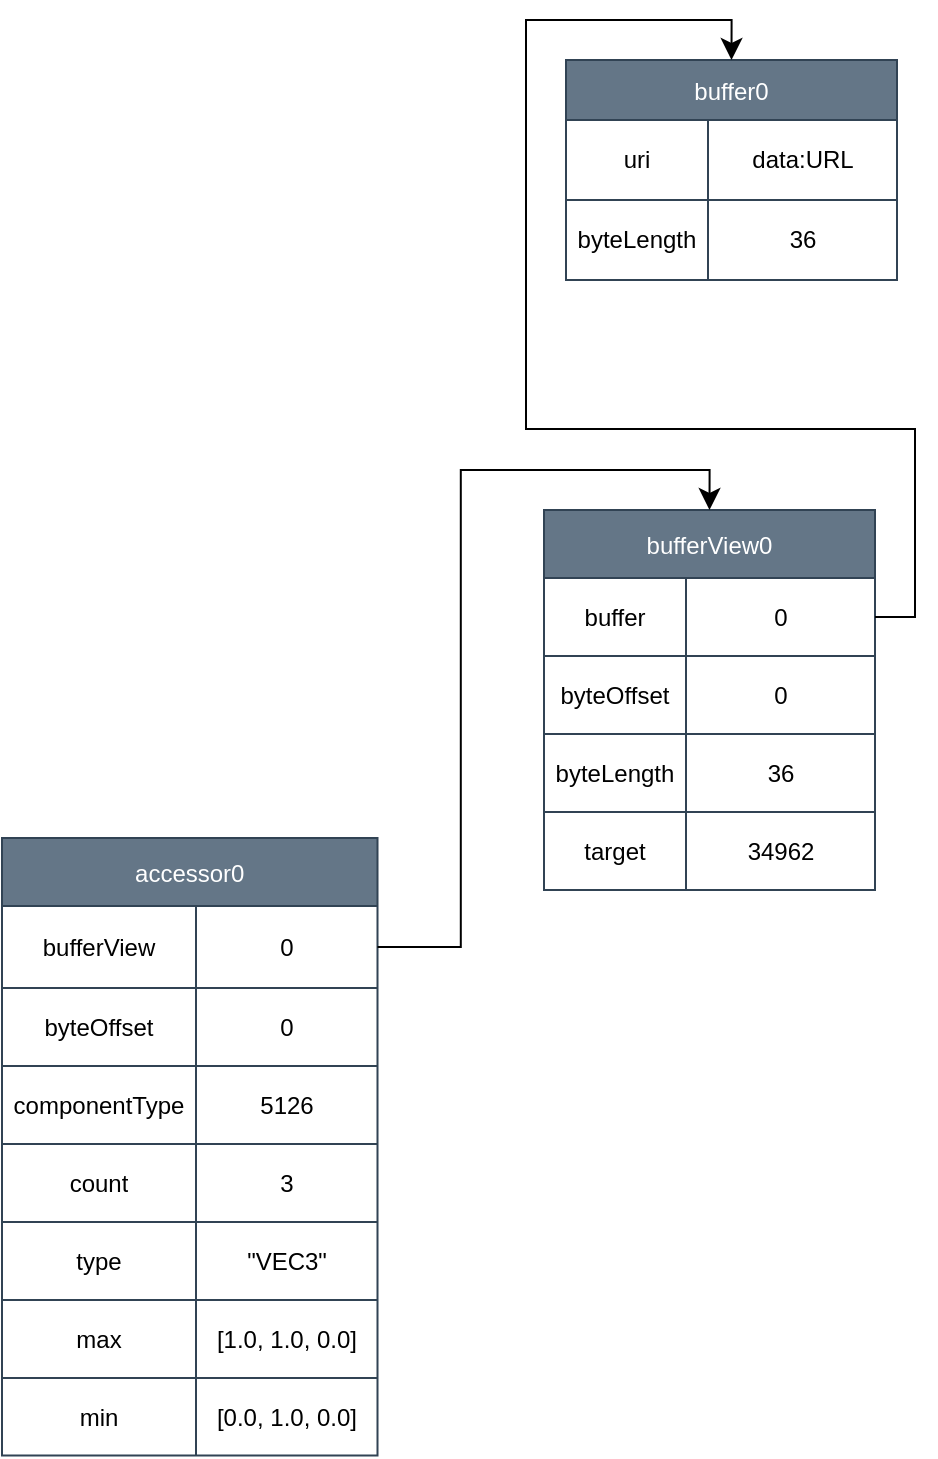
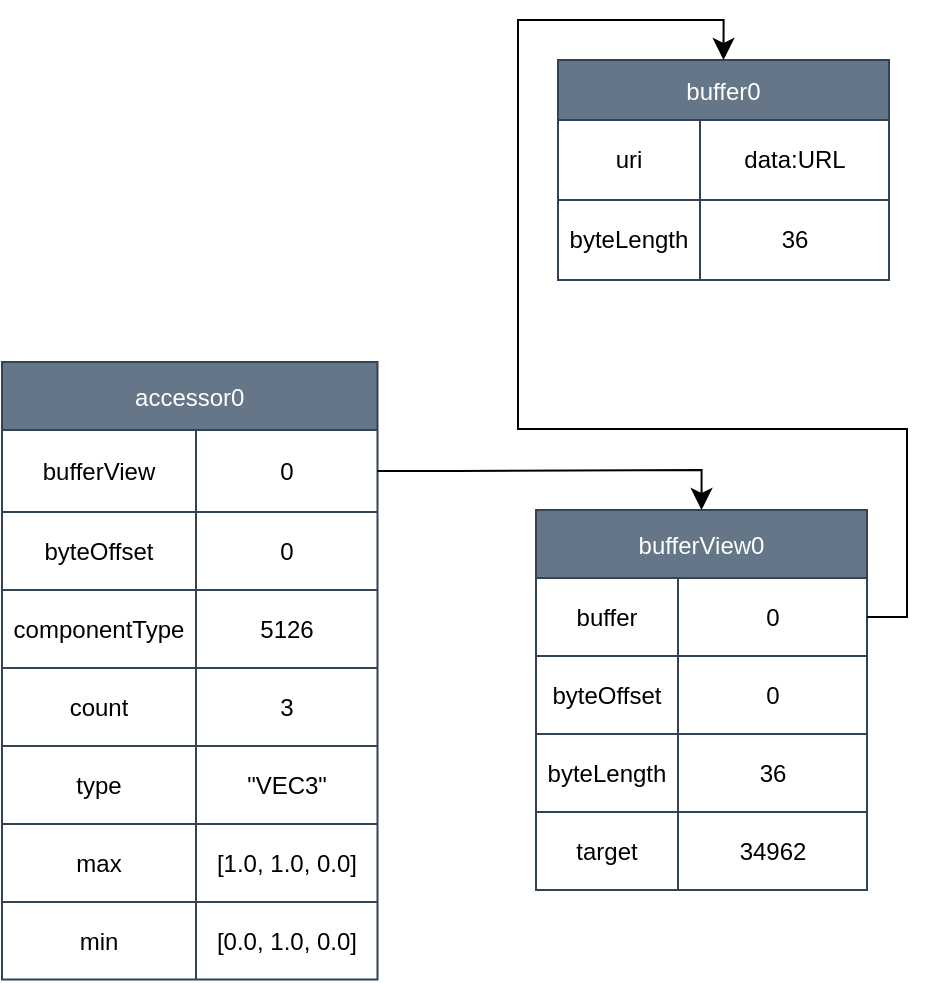
<mxfile host="app.diagrams.net">
  <diagram id="BZvedy4mBk2RI_J5c_5u" name="第 1 页">
    <mxGraphModel dx="1212" dy="1356" grid="0" gridSize="10" guides="1" tooltips="1" connect="1" arrows="1" fold="1" page="0" pageScale="1" pageWidth="827" pageHeight="1169" math="0" shadow="0">
      <root>
        <mxCell id="0" />
        <mxCell id="1" parent="0" />
        <mxCell id="-Ds3_SINnqwqFCvs20sv-1" parent="1" style="shape=table;startSize=30;container=1;collapsible=0;childLayout=tableLayout;fixedHeader=1;fillColor=#647687;fontColor=#ffffff;strokeColor=#314354;" value="buffer0" vertex="1">
          <mxGeometry height="110" width="165.5" x="-1" y="-129" as="geometry" />
        </mxCell>
        <mxCell id="-Ds3_SINnqwqFCvs20sv-2" parent="-Ds3_SINnqwqFCvs20sv-1" style="shape=tableRow;horizontal=0;startSize=0;swimlaneHead=0;swimlaneBody=0;strokeColor=inherit;top=0;left=0;bottom=0;right=0;collapsible=0;dropTarget=0;fillColor=none;points=[[0,0.5],[1,0.5]];portConstraint=eastwest;fixedHeader=1;" value="" vertex="1">
          <mxGeometry height="40" width="165.5" y="30" as="geometry" />
        </mxCell>
        <mxCell id="-Ds3_SINnqwqFCvs20sv-3" parent="-Ds3_SINnqwqFCvs20sv-2" style="shape=partialRectangle;html=1;whiteSpace=wrap;connectable=0;strokeColor=inherit;overflow=hidden;fillColor=none;top=0;left=0;bottom=0;right=0;pointerEvents=1;align=center;" value="uri" vertex="1">
          <mxGeometry height="40" width="71" as="geometry">
            <mxRectangle height="40" width="71" as="alternateBounds" />
          </mxGeometry>
        </mxCell>
        <mxCell id="-Ds3_SINnqwqFCvs20sv-4" parent="-Ds3_SINnqwqFCvs20sv-2" style="shape=partialRectangle;html=1;whiteSpace=wrap;connectable=0;strokeColor=inherit;overflow=hidden;fillColor=none;top=0;left=0;bottom=0;right=0;pointerEvents=1;" value="data:URL" vertex="1">
          <mxGeometry height="40" width="95" x="71" as="geometry">
            <mxRectangle height="40" width="95" as="alternateBounds" />
          </mxGeometry>
        </mxCell>
        <mxCell id="-Ds3_SINnqwqFCvs20sv-5" parent="-Ds3_SINnqwqFCvs20sv-1" style="shape=tableRow;horizontal=0;startSize=0;swimlaneHead=0;swimlaneBody=0;strokeColor=inherit;top=0;left=0;bottom=0;right=0;collapsible=0;dropTarget=0;fillColor=none;points=[[0,0.5],[1,0.5]];portConstraint=eastwest;fixedHeader=1;" value="" vertex="1">
          <mxGeometry height="40" width="165.5" y="70" as="geometry" />
        </mxCell>
        <mxCell id="-Ds3_SINnqwqFCvs20sv-6" parent="-Ds3_SINnqwqFCvs20sv-5" style="shape=partialRectangle;html=1;whiteSpace=wrap;connectable=0;strokeColor=inherit;overflow=hidden;fillColor=none;top=0;left=0;bottom=0;right=0;pointerEvents=1;align=center;" value="byteLength" vertex="1">
          <mxGeometry height="40" width="71" as="geometry">
            <mxRectangle height="40" width="71" as="alternateBounds" />
          </mxGeometry>
        </mxCell>
        <mxCell id="-Ds3_SINnqwqFCvs20sv-7" parent="-Ds3_SINnqwqFCvs20sv-5" style="shape=partialRectangle;html=1;whiteSpace=wrap;connectable=0;strokeColor=inherit;overflow=hidden;fillColor=none;top=0;left=0;bottom=0;right=0;pointerEvents=1;" value="36" vertex="1">
          <mxGeometry height="40" width="95" x="71" as="geometry">
            <mxRectangle height="40" width="95" as="alternateBounds" />
          </mxGeometry>
        </mxCell>
        <mxCell id="IMBELnrVSliVJA-H-ImH-1" parent="1" style="shape=table;startSize=34;container=1;collapsible=0;childLayout=tableLayout;fixedHeader=1;fillColor=#647687;fontColor=#ffffff;strokeColor=#314354;" value="bufferView0" vertex="1">
          <mxGeometry height="190" width="165.5" x="-12" y="96" as="geometry" />
        </mxCell>
        <mxCell id="IMBELnrVSliVJA-H-ImH-2" parent="IMBELnrVSliVJA-H-ImH-1" style="shape=tableRow;horizontal=0;startSize=0;swimlaneHead=0;swimlaneBody=0;strokeColor=inherit;top=0;left=0;bottom=0;right=0;collapsible=0;dropTarget=0;fillColor=none;points=[[0,0.5],[1,0.5]];portConstraint=eastwest;fixedHeader=1;" value="" vertex="1">
          <mxGeometry height="39" width="165.5" y="34" as="geometry" />
        </mxCell>
        <mxCell id="IMBELnrVSliVJA-H-ImH-3" parent="IMBELnrVSliVJA-H-ImH-2" style="shape=partialRectangle;html=1;whiteSpace=wrap;connectable=0;strokeColor=inherit;overflow=hidden;fillColor=none;top=0;left=0;bottom=0;right=0;pointerEvents=1;align=center;" value="buffer" vertex="1">
          <mxGeometry height="39" width="71" as="geometry">
            <mxRectangle height="39" width="71" as="alternateBounds" />
          </mxGeometry>
        </mxCell>
        <mxCell id="IMBELnrVSliVJA-H-ImH-4" parent="IMBELnrVSliVJA-H-ImH-2" style="shape=partialRectangle;html=1;whiteSpace=wrap;connectable=0;strokeColor=inherit;overflow=hidden;fillColor=none;top=0;left=0;bottom=0;right=0;pointerEvents=1;" value="0" vertex="1">
          <mxGeometry height="39" width="95" x="71" as="geometry">
            <mxRectangle height="39" width="95" as="alternateBounds" />
          </mxGeometry>
        </mxCell>
        <mxCell id="IMBELnrVSliVJA-H-ImH-5" parent="IMBELnrVSliVJA-H-ImH-1" style="shape=tableRow;horizontal=0;startSize=0;swimlaneHead=0;swimlaneBody=0;strokeColor=inherit;top=0;left=0;bottom=0;right=0;collapsible=0;dropTarget=0;fillColor=none;points=[[0,0.5],[1,0.5]];portConstraint=eastwest;fixedHeader=1;" value="" vertex="1">
          <mxGeometry height="39" width="165.5" y="73" as="geometry" />
        </mxCell>
        <mxCell id="IMBELnrVSliVJA-H-ImH-6" parent="IMBELnrVSliVJA-H-ImH-5" style="shape=partialRectangle;html=1;whiteSpace=wrap;connectable=0;strokeColor=inherit;overflow=hidden;fillColor=none;top=0;left=0;bottom=0;right=0;pointerEvents=1;align=center;" value="byteOffset" vertex="1">
          <mxGeometry height="39" width="71" as="geometry">
            <mxRectangle height="39" width="71" as="alternateBounds" />
          </mxGeometry>
        </mxCell>
        <mxCell id="IMBELnrVSliVJA-H-ImH-7" parent="IMBELnrVSliVJA-H-ImH-5" style="shape=partialRectangle;html=1;whiteSpace=wrap;connectable=0;strokeColor=inherit;overflow=hidden;fillColor=none;top=0;left=0;bottom=0;right=0;pointerEvents=1;" value="0" vertex="1">
          <mxGeometry height="39" width="95" x="71" as="geometry">
            <mxRectangle height="39" width="95" as="alternateBounds" />
          </mxGeometry>
        </mxCell>
        <mxCell id="IMBELnrVSliVJA-H-ImH-8" parent="IMBELnrVSliVJA-H-ImH-1" style="shape=tableRow;horizontal=0;startSize=0;swimlaneHead=0;swimlaneBody=0;strokeColor=inherit;top=0;left=0;bottom=0;right=0;collapsible=0;dropTarget=0;fillColor=none;points=[[0,0.5],[1,0.5]];portConstraint=eastwest;fixedHeader=1;" vertex="1">
          <mxGeometry height="39" width="165.5" y="112" as="geometry" />
        </mxCell>
        <mxCell id="IMBELnrVSliVJA-H-ImH-9" parent="IMBELnrVSliVJA-H-ImH-8" style="shape=partialRectangle;html=1;whiteSpace=wrap;connectable=0;strokeColor=inherit;overflow=hidden;fillColor=none;top=0;left=0;bottom=0;right=0;pointerEvents=1;align=center;" value="byteLength" vertex="1">
          <mxGeometry height="39" width="71" as="geometry">
            <mxRectangle height="39" width="71" as="alternateBounds" />
          </mxGeometry>
        </mxCell>
        <mxCell id="IMBELnrVSliVJA-H-ImH-10" parent="IMBELnrVSliVJA-H-ImH-8" style="shape=partialRectangle;html=1;whiteSpace=wrap;connectable=0;strokeColor=inherit;overflow=hidden;fillColor=none;top=0;left=0;bottom=0;right=0;pointerEvents=1;" value="36" vertex="1">
          <mxGeometry height="39" width="95" x="71" as="geometry">
            <mxRectangle height="39" width="95" as="alternateBounds" />
          </mxGeometry>
        </mxCell>
        <mxCell id="IMBELnrVSliVJA-H-ImH-11" parent="IMBELnrVSliVJA-H-ImH-1" style="shape=tableRow;horizontal=0;startSize=0;swimlaneHead=0;swimlaneBody=0;strokeColor=inherit;top=0;left=0;bottom=0;right=0;collapsible=0;dropTarget=0;fillColor=none;points=[[0,0.5],[1,0.5]];portConstraint=eastwest;fixedHeader=1;" vertex="1">
          <mxGeometry height="39" width="165.5" y="151" as="geometry" />
        </mxCell>
        <mxCell id="IMBELnrVSliVJA-H-ImH-12" parent="IMBELnrVSliVJA-H-ImH-11" style="shape=partialRectangle;html=1;whiteSpace=wrap;connectable=0;strokeColor=inherit;overflow=hidden;fillColor=none;top=0;left=0;bottom=0;right=0;pointerEvents=1;align=center;" value="target" vertex="1">
          <mxGeometry height="39" width="71" as="geometry">
            <mxRectangle height="39" width="71" as="alternateBounds" />
          </mxGeometry>
        </mxCell>
        <mxCell id="IMBELnrVSliVJA-H-ImH-13" parent="IMBELnrVSliVJA-H-ImH-11" style="shape=partialRectangle;html=1;whiteSpace=wrap;connectable=0;strokeColor=inherit;overflow=hidden;fillColor=none;top=0;left=0;bottom=0;right=0;pointerEvents=1;" value="34962" vertex="1">
          <mxGeometry height="39" width="95" x="71" as="geometry">
            <mxRectangle height="39" width="95" as="alternateBounds" />
          </mxGeometry>
        </mxCell>
        <mxCell id="IMBELnrVSliVJA-H-ImH-15" edge="1" parent="1" source="IMBELnrVSliVJA-H-ImH-2" style="edgeStyle=orthogonalEdgeStyle;rounded=0;orthogonalLoop=1;jettySize=auto;html=1;fontSize=12;startSize=8;endSize=8;exitX=1;exitY=0.5;exitDx=0;exitDy=0;entryX=0.5;entryY=0;entryDx=0;entryDy=0;" target="-Ds3_SINnqwqFCvs20sv-1">
          <mxGeometry relative="1" as="geometry" />
        </mxCell>
        <mxCell id="IMBELnrVSliVJA-H-ImH-16" parent="1" style="shape=table;startSize=34;container=1;collapsible=0;childLayout=tableLayout;fixedHeader=1;fillColor=#647687;fontColor=#ffffff;strokeColor=#314354;" value="accessor0" vertex="1">
-           <mxGeometry height="308.75" width="187.75" x="-283" y="260" as="geometry" />
+           <mxGeometry height="308.75" width="187.75" x="-279" y="22" as="geometry" />
        </mxCell>
        <mxCell id="IMBELnrVSliVJA-H-ImH-17" parent="IMBELnrVSliVJA-H-ImH-16" style="shape=tableRow;horizontal=0;startSize=0;swimlaneHead=0;swimlaneBody=0;strokeColor=inherit;top=0;left=0;bottom=0;right=0;collapsible=0;dropTarget=0;fillColor=none;points=[[0,0.5],[1,0.5]];portConstraint=eastwest;fixedHeader=1;" value="" vertex="1">
          <mxGeometry height="41" width="187.75" y="34" as="geometry" />
        </mxCell>
        <mxCell id="IMBELnrVSliVJA-H-ImH-18" parent="IMBELnrVSliVJA-H-ImH-17" style="shape=partialRectangle;html=1;whiteSpace=wrap;connectable=0;strokeColor=inherit;overflow=hidden;fillColor=none;top=0;left=0;bottom=0;right=0;pointerEvents=1;align=center;" value="bufferView" vertex="1">
          <mxGeometry height="41" width="97" as="geometry">
            <mxRectangle height="41" width="97" as="alternateBounds" />
          </mxGeometry>
        </mxCell>
        <mxCell id="IMBELnrVSliVJA-H-ImH-19" parent="IMBELnrVSliVJA-H-ImH-17" style="shape=partialRectangle;html=1;whiteSpace=wrap;connectable=0;strokeColor=inherit;overflow=hidden;fillColor=none;top=0;left=0;bottom=0;right=0;pointerEvents=1;" value="0" vertex="1">
          <mxGeometry height="41" width="91" x="97" as="geometry">
            <mxRectangle height="41" width="91" as="alternateBounds" />
          </mxGeometry>
        </mxCell>
        <mxCell id="IMBELnrVSliVJA-H-ImH-20" parent="IMBELnrVSliVJA-H-ImH-16" style="shape=tableRow;horizontal=0;startSize=0;swimlaneHead=0;swimlaneBody=0;strokeColor=inherit;top=0;left=0;bottom=0;right=0;collapsible=0;dropTarget=0;fillColor=none;points=[[0,0.5],[1,0.5]];portConstraint=eastwest;fixedHeader=1;" value="" vertex="1">
          <mxGeometry height="39" width="187.75" y="75" as="geometry" />
        </mxCell>
        <mxCell id="IMBELnrVSliVJA-H-ImH-21" parent="IMBELnrVSliVJA-H-ImH-20" style="shape=partialRectangle;html=1;whiteSpace=wrap;connectable=0;strokeColor=inherit;overflow=hidden;fillColor=none;top=0;left=0;bottom=0;right=0;pointerEvents=1;align=center;" value="byteOffset" vertex="1">
          <mxGeometry height="39" width="97" as="geometry">
            <mxRectangle height="39" width="97" as="alternateBounds" />
          </mxGeometry>
        </mxCell>
        <mxCell id="IMBELnrVSliVJA-H-ImH-22" parent="IMBELnrVSliVJA-H-ImH-20" style="shape=partialRectangle;html=1;whiteSpace=wrap;connectable=0;strokeColor=inherit;overflow=hidden;fillColor=none;top=0;left=0;bottom=0;right=0;pointerEvents=1;" value="0" vertex="1">
          <mxGeometry height="39" width="91" x="97" as="geometry">
            <mxRectangle height="39" width="91" as="alternateBounds" />
          </mxGeometry>
        </mxCell>
        <mxCell id="IMBELnrVSliVJA-H-ImH-23" parent="IMBELnrVSliVJA-H-ImH-16" style="shape=tableRow;horizontal=0;startSize=0;swimlaneHead=0;swimlaneBody=0;strokeColor=inherit;top=0;left=0;bottom=0;right=0;collapsible=0;dropTarget=0;fillColor=none;points=[[0,0.5],[1,0.5]];portConstraint=eastwest;fixedHeader=1;" vertex="1">
          <mxGeometry height="39" width="187.75" y="114" as="geometry" />
        </mxCell>
        <mxCell id="IMBELnrVSliVJA-H-ImH-24" parent="IMBELnrVSliVJA-H-ImH-23" style="shape=partialRectangle;html=1;whiteSpace=wrap;connectable=0;strokeColor=inherit;overflow=hidden;fillColor=none;top=0;left=0;bottom=0;right=0;pointerEvents=1;align=center;" value="componentType" vertex="1">
          <mxGeometry height="39" width="97" as="geometry">
            <mxRectangle height="39" width="97" as="alternateBounds" />
          </mxGeometry>
        </mxCell>
        <mxCell id="IMBELnrVSliVJA-H-ImH-25" parent="IMBELnrVSliVJA-H-ImH-23" style="shape=partialRectangle;html=1;whiteSpace=wrap;connectable=0;strokeColor=inherit;overflow=hidden;fillColor=none;top=0;left=0;bottom=0;right=0;pointerEvents=1;" value="5126" vertex="1">
          <mxGeometry height="39" width="91" x="97" as="geometry">
            <mxRectangle height="39" width="91" as="alternateBounds" />
          </mxGeometry>
        </mxCell>
        <mxCell id="IMBELnrVSliVJA-H-ImH-26" parent="IMBELnrVSliVJA-H-ImH-16" style="shape=tableRow;horizontal=0;startSize=0;swimlaneHead=0;swimlaneBody=0;strokeColor=inherit;top=0;left=0;bottom=0;right=0;collapsible=0;dropTarget=0;fillColor=none;points=[[0,0.5],[1,0.5]];portConstraint=eastwest;fixedHeader=1;" vertex="1">
          <mxGeometry height="39" width="187.75" y="153" as="geometry" />
        </mxCell>
        <mxCell id="IMBELnrVSliVJA-H-ImH-27" parent="IMBELnrVSliVJA-H-ImH-26" style="shape=partialRectangle;html=1;whiteSpace=wrap;connectable=0;strokeColor=inherit;overflow=hidden;fillColor=none;top=0;left=0;bottom=0;right=0;pointerEvents=1;align=center;" value="count" vertex="1">
          <mxGeometry height="39" width="97" as="geometry">
            <mxRectangle height="39" width="97" as="alternateBounds" />
          </mxGeometry>
        </mxCell>
        <mxCell id="IMBELnrVSliVJA-H-ImH-28" parent="IMBELnrVSliVJA-H-ImH-26" style="shape=partialRectangle;html=1;whiteSpace=wrap;connectable=0;strokeColor=inherit;overflow=hidden;fillColor=none;top=0;left=0;bottom=0;right=0;pointerEvents=1;" value="3" vertex="1">
          <mxGeometry height="39" width="91" x="97" as="geometry">
            <mxRectangle height="39" width="91" as="alternateBounds" />
          </mxGeometry>
        </mxCell>
        <mxCell id="IMBELnrVSliVJA-H-ImH-29" parent="IMBELnrVSliVJA-H-ImH-16" style="shape=tableRow;horizontal=0;startSize=0;swimlaneHead=0;swimlaneBody=0;strokeColor=inherit;top=0;left=0;bottom=0;right=0;collapsible=0;dropTarget=0;fillColor=none;points=[[0,0.5],[1,0.5]];portConstraint=eastwest;fixedHeader=1;" vertex="1">
          <mxGeometry height="39" width="187.75" y="192" as="geometry" />
        </mxCell>
        <mxCell id="IMBELnrVSliVJA-H-ImH-30" parent="IMBELnrVSliVJA-H-ImH-29" style="shape=partialRectangle;html=1;whiteSpace=wrap;connectable=0;strokeColor=inherit;overflow=hidden;fillColor=none;top=0;left=0;bottom=0;right=0;pointerEvents=1;align=center;" value="type" vertex="1">
          <mxGeometry height="39" width="97" as="geometry">
            <mxRectangle height="39" width="97" as="alternateBounds" />
          </mxGeometry>
        </mxCell>
        <mxCell id="IMBELnrVSliVJA-H-ImH-31" parent="IMBELnrVSliVJA-H-ImH-29" style="shape=partialRectangle;html=1;whiteSpace=wrap;connectable=0;strokeColor=inherit;overflow=hidden;fillColor=none;top=0;left=0;bottom=0;right=0;pointerEvents=1;" value="&quot;VEC3&quot;" vertex="1">
          <mxGeometry height="39" width="91" x="97" as="geometry">
            <mxRectangle height="39" width="91" as="alternateBounds" />
          </mxGeometry>
        </mxCell>
        <mxCell id="IMBELnrVSliVJA-H-ImH-32" parent="IMBELnrVSliVJA-H-ImH-16" style="shape=tableRow;horizontal=0;startSize=0;swimlaneHead=0;swimlaneBody=0;strokeColor=inherit;top=0;left=0;bottom=0;right=0;collapsible=0;dropTarget=0;fillColor=none;points=[[0,0.5],[1,0.5]];portConstraint=eastwest;fixedHeader=1;" vertex="1">
          <mxGeometry height="39" width="187.75" y="231" as="geometry" />
        </mxCell>
        <mxCell id="IMBELnrVSliVJA-H-ImH-33" parent="IMBELnrVSliVJA-H-ImH-32" style="shape=partialRectangle;html=1;whiteSpace=wrap;connectable=0;strokeColor=inherit;overflow=hidden;fillColor=none;top=0;left=0;bottom=0;right=0;pointerEvents=1;align=center;" value="max" vertex="1">
          <mxGeometry height="39" width="97" as="geometry">
            <mxRectangle height="39" width="97" as="alternateBounds" />
          </mxGeometry>
        </mxCell>
        <mxCell id="IMBELnrVSliVJA-H-ImH-34" parent="IMBELnrVSliVJA-H-ImH-32" style="shape=partialRectangle;html=1;whiteSpace=wrap;connectable=0;strokeColor=inherit;overflow=hidden;fillColor=none;top=0;left=0;bottom=0;right=0;pointerEvents=1;" value="[1.0, 1.0, 0.0]" vertex="1">
          <mxGeometry height="39" width="91" x="97" as="geometry">
            <mxRectangle height="39" width="91" as="alternateBounds" />
          </mxGeometry>
        </mxCell>
        <mxCell id="IMBELnrVSliVJA-H-ImH-35" parent="IMBELnrVSliVJA-H-ImH-16" style="shape=tableRow;horizontal=0;startSize=0;swimlaneHead=0;swimlaneBody=0;strokeColor=inherit;top=0;left=0;bottom=0;right=0;collapsible=0;dropTarget=0;fillColor=none;points=[[0,0.5],[1,0.5]];portConstraint=eastwest;fixedHeader=1;" vertex="1">
          <mxGeometry height="39" width="187.75" y="270" as="geometry" />
        </mxCell>
        <mxCell id="IMBELnrVSliVJA-H-ImH-36" parent="IMBELnrVSliVJA-H-ImH-35" style="shape=partialRectangle;html=1;whiteSpace=wrap;connectable=0;strokeColor=inherit;overflow=hidden;fillColor=none;top=0;left=0;bottom=0;right=0;pointerEvents=1;align=center;" value="min" vertex="1">
          <mxGeometry height="39" width="97" as="geometry">
            <mxRectangle height="39" width="97" as="alternateBounds" />
          </mxGeometry>
        </mxCell>
        <mxCell id="IMBELnrVSliVJA-H-ImH-37" parent="IMBELnrVSliVJA-H-ImH-35" style="shape=partialRectangle;html=1;whiteSpace=wrap;connectable=0;strokeColor=inherit;overflow=hidden;fillColor=none;top=0;left=0;bottom=0;right=0;pointerEvents=1;" value="[0.0, 1.0, 0.0]" vertex="1">
          <mxGeometry height="39" width="91" x="97" as="geometry">
            <mxRectangle height="39" width="91" as="alternateBounds" />
          </mxGeometry>
        </mxCell>
        <mxCell id="IMBELnrVSliVJA-H-ImH-38" edge="1" parent="1" source="IMBELnrVSliVJA-H-ImH-17" style="edgeStyle=orthogonalEdgeStyle;rounded=0;orthogonalLoop=1;jettySize=auto;html=1;entryX=0.5;entryY=0;entryDx=0;entryDy=0;fontSize=12;startSize=8;endSize=8;exitX=1;exitY=0.5;exitDx=0;exitDy=0;" target="IMBELnrVSliVJA-H-ImH-1">
          <mxGeometry relative="1" as="geometry" />
        </mxCell>
      </root>
    </mxGraphModel>
  </diagram>
</mxfile>
